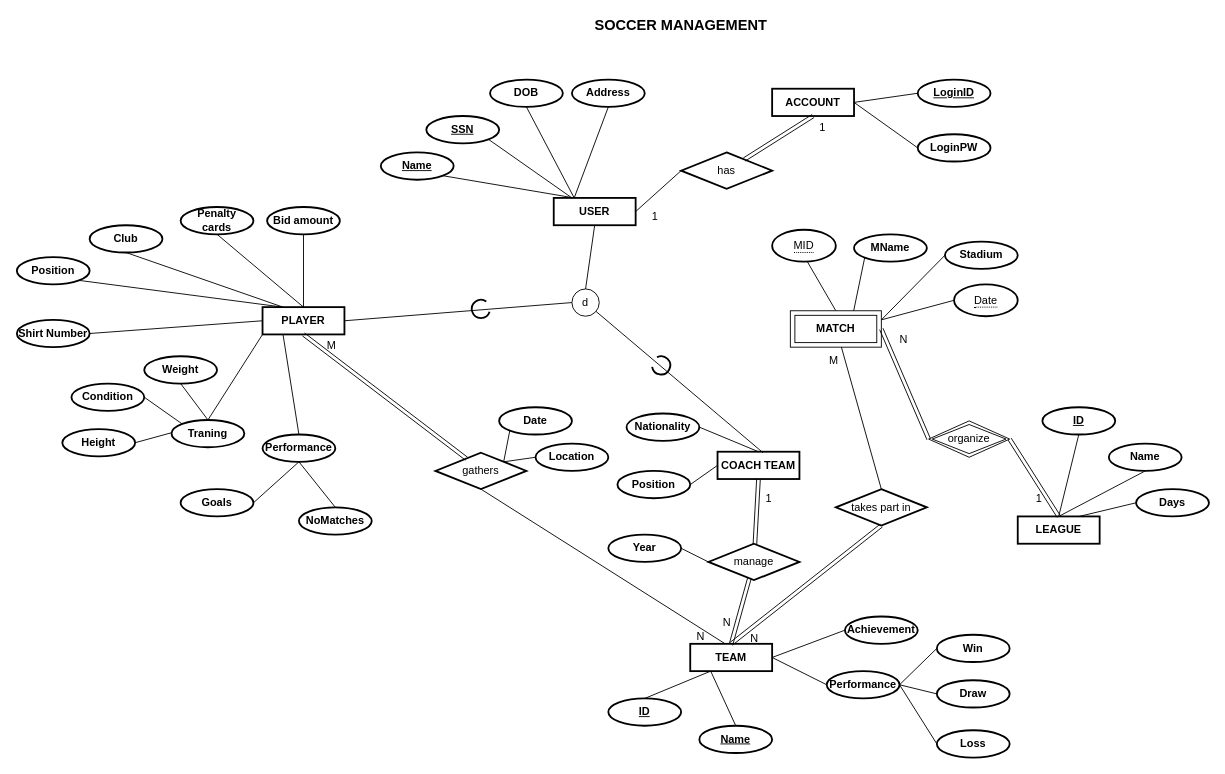
Before: SoccerDatabase.drawio in kieuvantuyen01/testGit, a draw.io diagram. Source tidied: cells renumbered, new cells numbered last; positions are measured from the earlier drawing's top-left corner, leaving out a move shared by most shapes. Both pictures are drawn from the tidied source at 91%, with x=0, y=0 at pixel (16, 15).
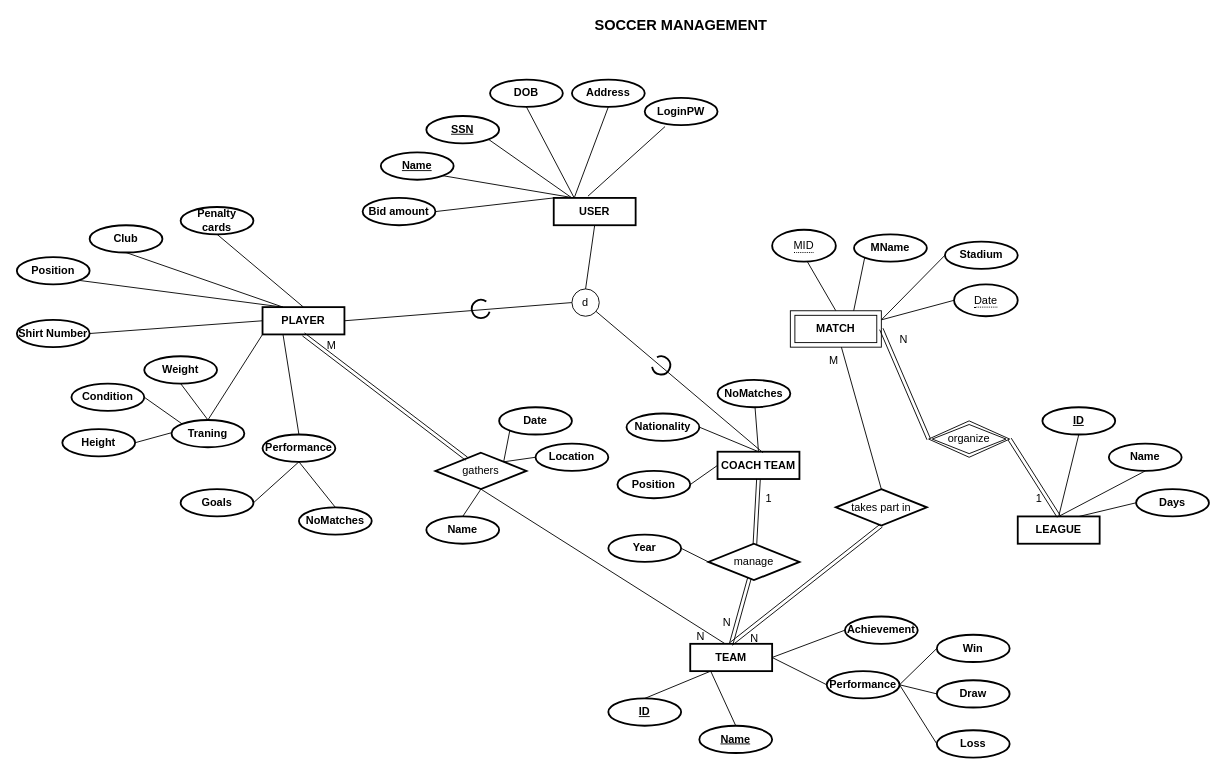
After the change.

The change refers to these unchanged cells:
```xml
<mxCell id="3" value="COACH TEAM" style="whiteSpace=wrap;html=1;align=center;fontStyle=1;strokeWidth=2;" parent="1" vertex="1">
  <mxGeometry x="770" y="478.9" width="90" height="30" as="geometry" />
</mxCell>
<mxCell id="4" value="PLAYER" style="whiteSpace=wrap;html=1;align=center;fontStyle=1;strokeWidth=2;" parent="1" vertex="1">
  <mxGeometry x="270" y="320" width="90" height="30" as="geometry" />
</mxCell>
<mxCell id="98" value="USER" style="whiteSpace=wrap;html=1;align=center;fontStyle=1;strokeWidth=2;" parent="1" vertex="1">
  <mxGeometry x="590" y="200" width="90" height="30" as="geometry" />
</mxCell>
```

The edit, as a diff of the source:
```diff
@@
     <mxCell id="19" value="Bid amount" style="ellipse;whiteSpace=wrap;html=1;align=center;strokeWidth=2;fontStyle=1;" parent="1" vertex="1">
-      <mxGeometry x="275" y="210" width="80" height="30" as="geometry" />
+      <mxGeometry x="380" y="200" width="80" height="30" as="geometry" />
     </mxCell>
@@
-    <mxCell id="36" style="endArrow=none;html=1;rounded=0;exitX=0.5;exitY=1;exitDx=0;exitDy=0;entryX=0.5;entryY=0;entryDx=0;entryDy=0;" parent="1" edge="1" source="19" target="4">
+    <mxCell id="36" style="endArrow=none;html=1;rounded=0;exitX=1;exitY=0.5;exitDx=0;exitDy=0;entryX=0;entryY=0;entryDx=0;entryDy=0;" parent="1" edge="1" source="19" target="98">
       <mxGeometry relative="1" as="geometry" />
     </mxCell>
@@
-    <mxCell id="103" value="ACCOUNT" style="whiteSpace=wrap;html=1;align=center;fontStyle=1;strokeWidth=2;" parent="1" vertex="1">
-      <mxGeometry x="830" y="80" width="90" height="30" as="geometry" />
-    </mxCell>
     <mxCell id="104" value="LoginPW" style="ellipse;whiteSpace=wrap;html=1;align=center;strokeWidth=2;fontStyle=1;" parent="1" vertex="1">
-      <mxGeometry x="990" y="130" width="80" height="30" as="geometry" />
+      <mxGeometry x="690" y="90" width="80" height="30" as="geometry" />
     </mxCell>
-    <mxCell id="105" value="&lt;u&gt;LoginID&lt;/u&gt;" style="ellipse;whiteSpace=wrap;html=1;align=center;strokeWidth=2;fontStyle=1;" parent="1" vertex="1">
-      <mxGeometry x="990" y="70" width="80" height="30" as="geometry" />
-    </mxCell>
-    <mxCell id="106" style="endArrow=none;html=1;rounded=0;entryX=0;entryY=0.5;entryDx=0;entryDy=0;exitX=1;exitY=0.5;exitDx=0;exitDy=0;" parent="1" edge="1" source="103" target="105">
+    <mxCell id="106" style="endArrow=none;html=1;rounded=0;entryX=0.418;entryY=-0.065;entryDx=0;entryDy=0;exitX=0.279;exitY=1.053;exitDx=0;exitDy=0;entryPerimeter=0;exitPerimeter=0;" parent="1" edge="1" source="104" target="98">
       <mxGeometry relative="1" as="geometry" />
     </mxCell>
-    <mxCell id="107" style="endArrow=none;html=1;rounded=0;entryX=0;entryY=0.5;entryDx=0;entryDy=0;exitX=1;exitY=0.5;exitDx=0;exitDy=0;" parent="1" edge="1" source="103" target="104">
-      <mxGeometry relative="1" as="geometry" />
-    </mxCell>
-    <mxCell id="108" value="has" style="shape=rhombus;perimeter=rhombusPerimeter;whiteSpace=wrap;html=1;align=center;strokeWidth=2;" parent="1" vertex="1">
-      <mxGeometry x="730" y="150" width="100" height="40" as="geometry" />
-    </mxCell>
-    <mxCell id="109" style="endArrow=none;html=1;rounded=0;entryX=1;entryY=0.5;entryDx=0;entryDy=0;exitX=0;exitY=0.5;exitDx=0;exitDy=0;" parent="1" edge="1" source="108" target="98">
-      <mxGeometry relative="1" as="geometry" />
-    </mxCell>
-    <mxCell id="110" style="shape=link;html=1;rounded=0;entryX=0.5;entryY=1;entryDx=0;entryDy=0;" parent="1" edge="1" source="108" target="103">
-      <mxGeometry relative="1" as="geometry" />
-    </mxCell>
-    <mxCell id="111" value="1" style="html=1;align=right;verticalAlign=bottom;" parent="110" vertex="1">
-      <mxGeometry x="1" relative="1" as="geometry">
-        <mxPoint x="14.5" y="20.3" as="offset" />
-      </mxGeometry>
-    </mxCell>
-    <mxCell id="112" value="1" style="html=1;align=right;verticalAlign=bottom;" parent="1" vertex="1">
-      <mxGeometry x="930" y="180" as="geometry">
-        <mxPoint x="-225" y="49" as="offset" />
-      </mxGeometry>
-    </mxCell>
@@
+    <mxCell id="115" value="NoMatches" style="ellipse;whiteSpace=wrap;html=1;align=center;strokeWidth=2;fontStyle=1;" parent="1" vertex="1">
+      <mxGeometry x="770" y="400" width="80" height="30" as="geometry" />
+    </mxCell>
+    <mxCell id="116" style="endArrow=none;html=1;rounded=0;exitX=0.5;exitY=0;exitDx=0;exitDy=0;" parent="1" edge="1" source="3" target="115">
+      <mxGeometry relative="1" as="geometry" />
+    </mxCell>
+    <mxCell id="117" value="Name" style="ellipse;whiteSpace=wrap;html=1;align=center;strokeWidth=2;fontStyle=1;" parent="1" vertex="1">
+      <mxGeometry x="450" y="550" width="80" height="30" as="geometry" />
+    </mxCell>
+    <mxCell id="118" style="endArrow=none;html=1;rounded=0;exitX=0.5;exitY=0;exitDx=0;exitDy=0;" parent="1" edge="1" source="117">
+      <mxGeometry relative="1" as="geometry">
+        <mxPoint x="510" y="520" as="targetPoint" />
+      </mxGeometry>
+    </mxCell>
```
